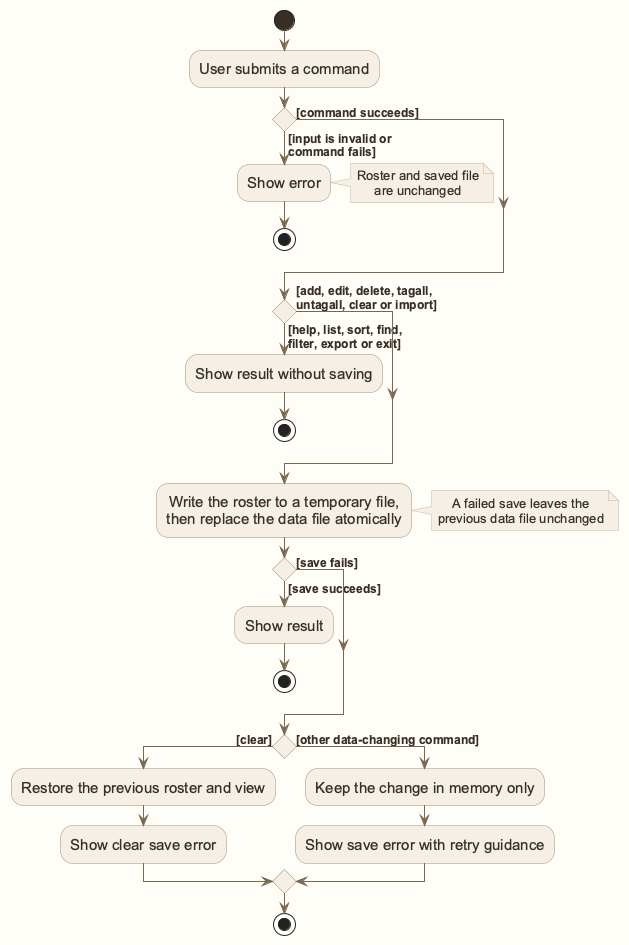
This is docs/images/AutomaticSavingData.png from AY2627S1-CS2103T-W12-1/tp, a PlantUML export, as it was before one commit.
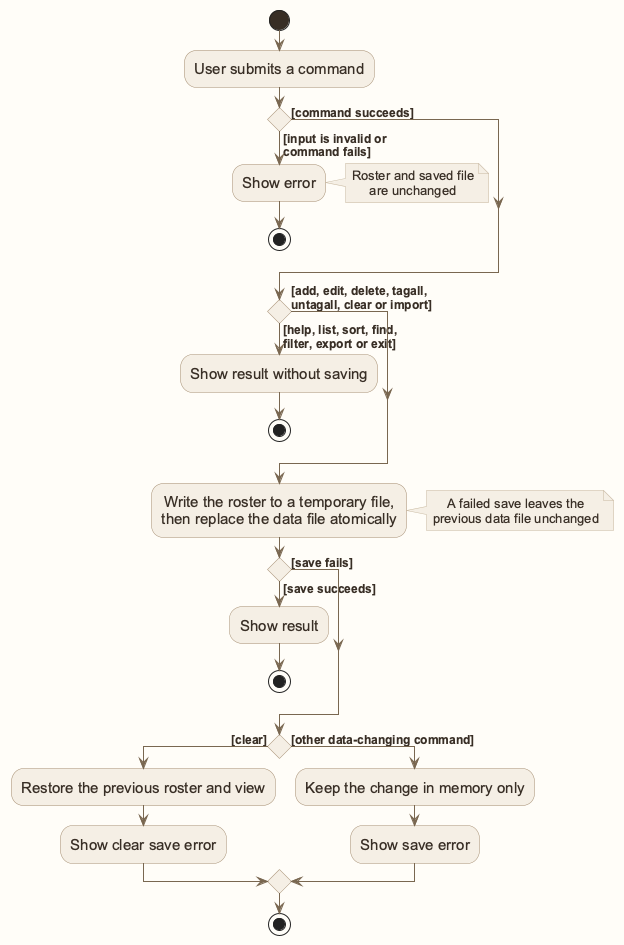
After the change.

The edit, as a diff of the source:
```diff
@@ -41,7 +41,7 @@
     :Show clear save error;
 else ([other data-changing command])
     :Keep the change in memory only;
-    :Show save error with retry guidance;
+    :Show save error;
 endif
 stop
 @enduml
```
